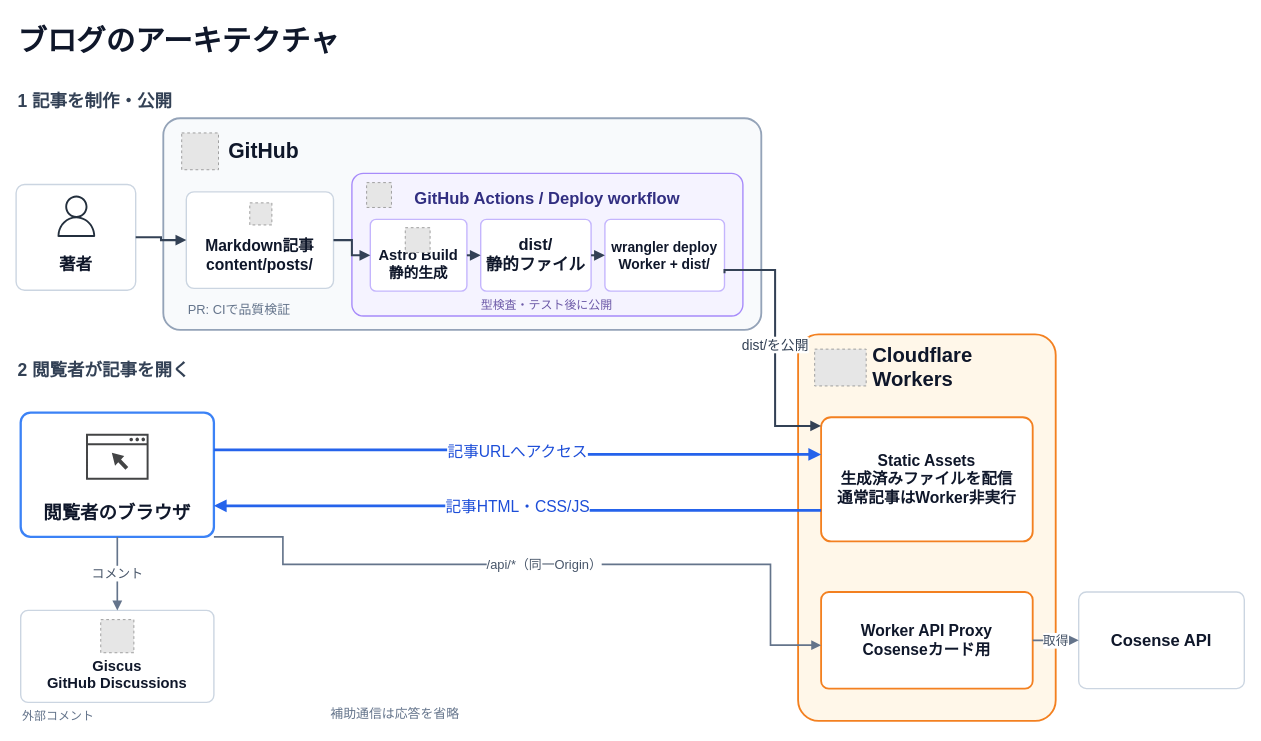
This is docs/architecture/blog-architecture.drawio from KJR020/kjr020-blog, a draw.io file, before an edit. Source tidied: cells renumbered, new cells numbered last; positions are measured from the earlier drawing's top-left corner, leaving out a move shared by most shapes. Both pictures are drawn from the tidied source at 92%, with x=0, y=0 at pixel (16, 16). Pictures stored in the file or linked from it are replaced by grey dashed boxes.
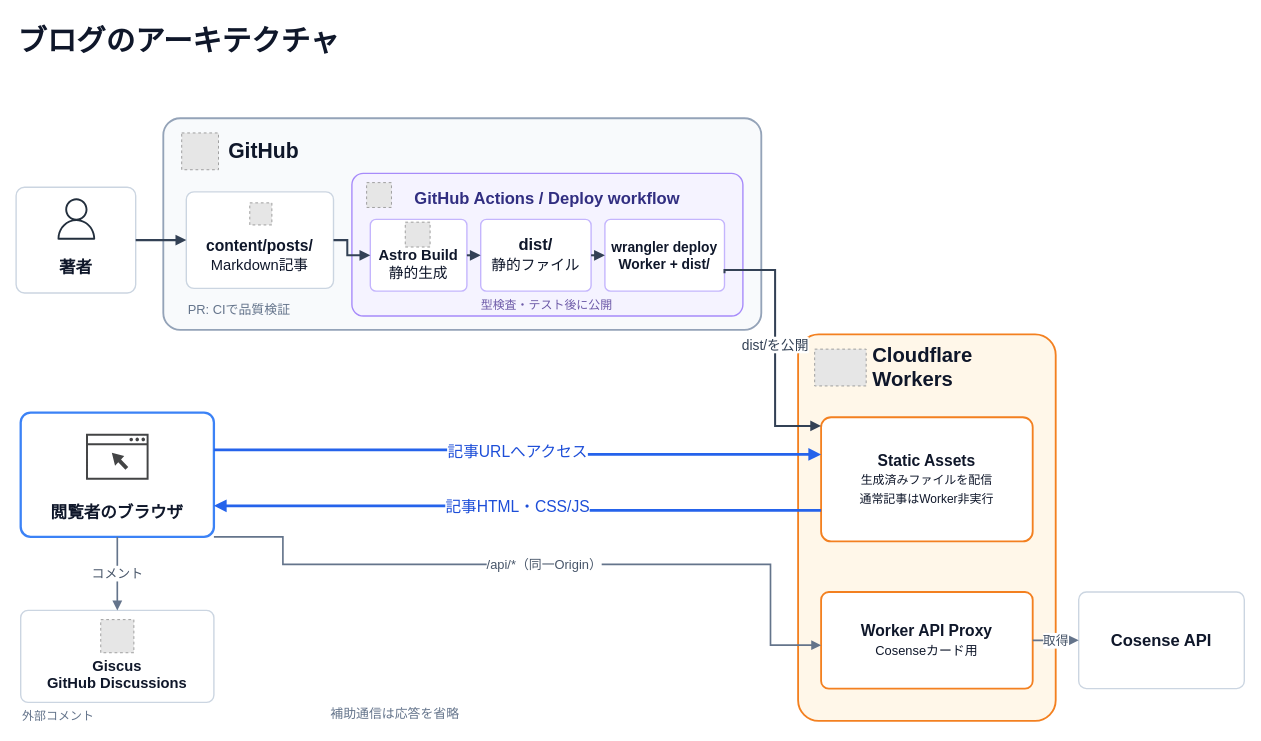
The same diagram, later.

Commit message (it also covers changes not shown here):
🖼️ 編集済みアーキテクチャ図をREADME表示に反映

Unchanged cells that the change refers to:
```xml
<mxCell id="7" style="rounded=1;arcSize=8;html=1;fillColor=#F8FAFC;strokeColor=#94A3B8;strokeWidth=2;" parent="1" vertex="1">
  <mxGeometry x="160" y="111" width="650" height="230" as="geometry" />
</mxCell>
<mxCell id="13" value="GitHub Actions  /  Deploy workflow" style="rounded=1;arcSize=8;html=1;whiteSpace=wrap;fillColor=#F5F3FF;strokeColor=#A78BFA;strokeWidth=1.5;fontFamily=Arial;fontColor=#312E81;align=center;verticalAlign=top;spacingTop=11;fontSize=18;fontStyle=1;" parent="7" vertex="1">
  <mxGeometry x="205" y="60" width="425" height="155" as="geometry" />
</mxCell>
<mxCell id="25" style="rounded=1;arcSize=8;html=1;fillColor=#FFF7E9;strokeColor=#F38020;strokeWidth=2;" parent="1" vertex="1">
  <mxGeometry x="850" y="346" width="280" height="420" as="geometry" />
</mxCell>
```

What changed in the source:
```diff
@@
-    <mxCell id="3" value="1  記事を制作・公開" style="text;html=1;whiteSpace=wrap;fillColor=none;strokeColor=none;fontFamily=Arial;align=left;verticalAlign=middle;fontSize=19;fontColor=#334155;fontStyle=1;" parent="1" vertex="1">
-      <mxGeometry y="76" width="360" height="34" as="geometry" />
-    </mxCell>
-    <mxCell id="4" value="2  閲覧者が記事を開く" style="text;html=1;whiteSpace=wrap;fillColor=none;strokeColor=none;fontFamily=Arial;align=left;verticalAlign=middle;fontSize=19;fontColor=#334155;fontStyle=1;" parent="1" vertex="1">
-      <mxGeometry y="369" width="360" height="34" as="geometry" />
-    </mxCell>
     <mxCell id="5" value="著者" style="rounded=1;arcSize=8;html=1;whiteSpace=wrap;fillColor=#FFFFFF;strokeWidth=1.5;fontFamily=Arial;fontColor=#0F172A;strokeColor=#CBD5E1;align=center;verticalAlign=bottom;spacingBottom=13;fontSize=18;fontStyle=1;" parent="1" vertex="1">
-      <mxGeometry y="183" width="130" height="115" as="geometry" />
+      <mxGeometry y="186" width="130" height="115" as="geometry" />
     </mxCell>
@@
-    <mxCell id="10" value="Markdown記事&#10;content/posts/" style="rounded=1;arcSize=8;html=1;whiteSpace=wrap;fillColor=#FFFFFF;strokeWidth=1.5;fontFamily=Arial;fontColor=#0F172A;strokeColor=#CBD5E1;align=center;verticalAlign=bottom;spacingBottom=12;fontSize=17;fontStyle=1;" parent="7" vertex="1">
-      <mxGeometry x="25" y="80" width="160" height="105" as="geometry" />
-    </mxCell>
+    <mxCell id="42" value="content/posts/&lt;div&gt;&lt;span style=&quot;color: rgb(15, 23, 42); font-weight: normal;&quot;&gt;&lt;font style=&quot;font-size: 16px;&quot;&gt;Markdown記事&lt;/font&gt;&lt;/span&gt;&lt;/div&gt;" style="rounded=1;arcSize=8;html=1;whiteSpace=wrap;fillColor=#FFFFFF;strokeWidth=1.5;fontFamily=Arial;fontColor=#0F172A;strokeColor=#CBD5E1;align=center;verticalAlign=bottom;spacingBottom=12;fontSize=17;fontStyle=1;" parent="7" vertex="1">
+      <mxGeometry x="25" y="80" width="160" height="105" as="geometry" />
+    </mxCell>
-    <mxCell id="11" style="fillColor=#E6E6E6;strokeColor=#999999;dashed=1;" parent="10" vertex="1">
+    <mxCell id="11" style="fillColor=#E6E6E6;strokeColor=#999999;dashed=1;" parent="42" vertex="1">
       <mxGeometry x="69" y="12" width="24" height="24" as="geometry" />
     </mxCell>
@@
-    <mxCell id="15" value="Astro Build&#10;静的生成" style="rounded=1;arcSize=8;html=1;whiteSpace=wrap;fillColor=#FFFFFF;strokeWidth=1.5;fontFamily=Arial;fontColor=#0F172A;strokeColor=#C4B5FD;align=center;verticalAlign=bottom;spacingBottom=8;fontSize=16;fontStyle=1;" parent="13" vertex="1">
+    <mxCell id="15" value="Astro Build&lt;br&gt;&lt;span style=&quot;font-weight: normal;&quot;&gt;&lt;font&gt;静的生成&lt;/font&gt;&lt;/span&gt;" style="rounded=1;arcSize=8;html=1;whiteSpace=wrap;fillColor=#FFFFFF;strokeWidth=1.5;fontFamily=Arial;fontColor=#0F172A;strokeColor=#C4B5FD;align=center;verticalAlign=bottom;spacingBottom=8;fontSize=16;fontStyle=1;" parent="13" vertex="1">
       <mxGeometry x="20" y="50" width="105" height="78" as="geometry" />
     </mxCell>
-    <mxCell id="16" style="fillColor=#E6E6E6;strokeColor=#999999;dashed=1;" parent="15" vertex="1">
-      <mxGeometry x="38" y="9" width="27" height="27" as="geometry" />
-    </mxCell>
+    <mxCell id="43" style="fillColor=#E6E6E6;strokeColor=#999999;dashed=1;" parent="15" vertex="1">
+      <mxGeometry x="38" y="3" width="27" height="27" as="geometry" />
+    </mxCell>
-    <mxCell id="17" value="dist/&#10;静的ファイル" style="rounded=1;arcSize=8;html=1;whiteSpace=wrap;fillColor=#FFFFFF;strokeWidth=1.5;fontFamily=Arial;fontColor=#0F172A;strokeColor=#C4B5FD;align=center;verticalAlign=middle;fontSize=18;fontStyle=1;" parent="13" vertex="1">
+    <mxCell id="17" value="dist/&lt;br&gt;&lt;span style=&quot;font-weight: normal;&quot;&gt;&lt;font style=&quot;font-size: 16px;&quot;&gt;静的ファイル&lt;/font&gt;&lt;/span&gt;" style="rounded=1;arcSize=8;html=1;whiteSpace=wrap;fillColor=#FFFFFF;strokeWidth=1.5;fontFamily=Arial;fontColor=#0F172A;strokeColor=#C4B5FD;align=center;verticalAlign=middle;fontSize=18;fontStyle=1;" parent="13" vertex="1">
       <mxGeometry x="140" y="50" width="120" height="78" as="geometry" />
     </mxCell>
@@
-    <mxCell id="20" value="閲覧者のブラウザ" style="rounded=1;arcSize=8;html=1;whiteSpace=wrap;fillColor=#FFFFFF;strokeWidth=1.5;fontFamily=Arial;fontColor=#0F172A;strokeColor=#3B82F6;strokeWidth=2.5;align=center;verticalAlign=bottom;spacingBottom=12;fontSize=20;fontStyle=1;" parent="1" vertex="1">
+    <mxCell id="20" value="&lt;font style=&quot;font-size: 18px;&quot;&gt;閲覧者のブラウザ&lt;/font&gt;" style="rounded=1;arcSize=8;html=1;whiteSpace=wrap;fillColor=#FFFFFF;strokeWidth=1.5;fontFamily=Arial;fontColor=#0F172A;strokeColor=#3B82F6;strokeWidth=2.5;align=center;verticalAlign=bottom;spacingBottom=12;fontSize=20;fontStyle=1;" parent="1" vertex="1">
       <mxGeometry x="5" y="431" width="210" height="135" as="geometry" />
     </mxCell>
@@
-    <mxCell id="28" value="Static Assets&#10;生成済みファイルを配信&#10;通常記事はWorker非実行" style="rounded=1;arcSize=8;html=1;whiteSpace=wrap;fillColor=#FFFFFF;strokeWidth=1.5;fontFamily=Arial;fontColor=#0F172A;strokeColor=#F38020;strokeWidth=2;align=center;verticalAlign=middle;fontSize=17;fontStyle=1;" parent="25" vertex="1">
+    <mxCell id="28" value="Static Assets&lt;br&gt;&lt;span style=&quot;font-weight: normal;&quot;&gt;&lt;font style=&quot;font-size: 13px;&quot;&gt;生成済みファイルを配信&lt;br&gt;通常記事はWorker非実行&lt;/font&gt;&lt;/span&gt;" style="rounded=1;arcSize=8;html=1;whiteSpace=wrap;fillColor=#FFFFFF;strokeWidth=1.5;fontFamily=Arial;fontColor=#0F172A;strokeColor=#F38020;strokeWidth=2;align=center;verticalAlign=middle;fontSize=17;fontStyle=1;" parent="25" vertex="1">
       <mxGeometry x="25" y="90" width="230" height="135" as="geometry" />
     </mxCell>
-    <mxCell id="29" value="Worker API Proxy&#10;Cosenseカード用" style="rounded=1;arcSize=8;html=1;whiteSpace=wrap;fillColor=#FFFFFF;strokeWidth=1.5;fontFamily=Arial;fontColor=#0F172A;strokeColor=#F38020;strokeWidth=2;align=center;verticalAlign=middle;fontSize=17;fontStyle=1;" parent="25" vertex="1">
+    <mxCell id="29" value="Worker API Proxy&lt;br&gt;&lt;span style=&quot;font-weight: normal;&quot;&gt;&lt;font style=&quot;font-size: 14px;&quot;&gt;Cosenseカード用&lt;/font&gt;&lt;/span&gt;" style="rounded=1;arcSize=8;html=1;whiteSpace=wrap;fillColor=#FFFFFF;strokeWidth=1.5;fontFamily=Arial;fontColor=#0F172A;strokeColor=#F38020;strokeWidth=2;align=center;verticalAlign=middle;fontSize=17;fontStyle=1;" parent="25" vertex="1">
       <mxGeometry x="25" y="280" width="230" height="105" as="geometry" />
     </mxCell>
@@
-    <mxCell id="32" style="edgeStyle=orthogonalEdgeStyle;rounded=0;html=1;strokeColor=#334155;strokeWidth=2.2;endArrow=block;endFill=1;fontFamily=Arial;fontSize=15;fontColor=#334155;labelBackgroundColor=#FFFFFF;exitX=1;exitY=0.5;entryX=0;entryY=0.5;" parent="1" edge="1" source="5" target="10">
-      <mxGeometry relative="1" as="geometry" />
-    </mxCell>
-    <mxCell id="33" style="edgeStyle=orthogonalEdgeStyle;rounded=0;html=1;strokeColor=#334155;strokeWidth=2.2;endArrow=block;endFill=1;fontFamily=Arial;fontSize=15;fontColor=#334155;labelBackgroundColor=#FFFFFF;exitX=1;exitY=0.5;entryX=0;entryY=0.5;" parent="1" edge="1" source="10" target="15">
-      <mxGeometry relative="1" as="geometry" />
-    </mxCell>
+    <mxCell id="44" style="edgeStyle=orthogonalEdgeStyle;rounded=0;html=1;strokeColor=#334155;strokeWidth=2.2;endArrow=block;endFill=1;fontFamily=Arial;fontSize=15;fontColor=#334155;labelBackgroundColor=#FFFFFF;exitX=1;exitY=0.5;entryX=0;entryY=0.5;" parent="1" edge="1" source="5" target="42">
+      <mxGeometry relative="1" as="geometry" />
+    </mxCell>
+    <mxCell id="45" style="edgeStyle=orthogonalEdgeStyle;rounded=0;html=1;strokeColor=#334155;strokeWidth=2.2;endArrow=block;endFill=1;fontFamily=Arial;fontSize=15;fontColor=#334155;labelBackgroundColor=#FFFFFF;exitX=1;exitY=0.5;entryX=0;entryY=0.5;" parent="1" edge="1" source="42" target="15">
+      <mxGeometry relative="1" as="geometry">
+        <Array as="points">
+          <mxPoint x="360" y="243.5" />
+          <mxPoint x="360" y="260" />
+        </Array>
+      </mxGeometry>
+    </mxCell>
```
